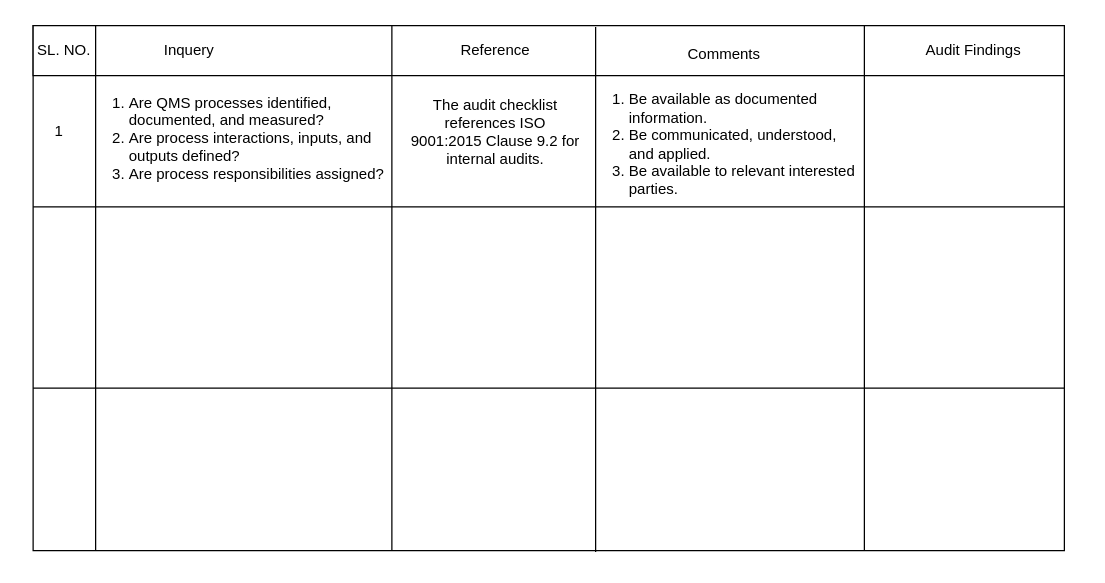
Earlier version of the draw.io diagram page "Page-28" (28 of 31) of Untitled Diagram.drawio (AvikM1996/draw.io). Source tidied: cells renumbered, new cells numbered last; positions are measured from the earlier drawing's top-left corner, leaving out a move shared by most shapes. Both pictures are drawn from the tidied source at 125%, with x=0, y=0 at pixel (21, 25).
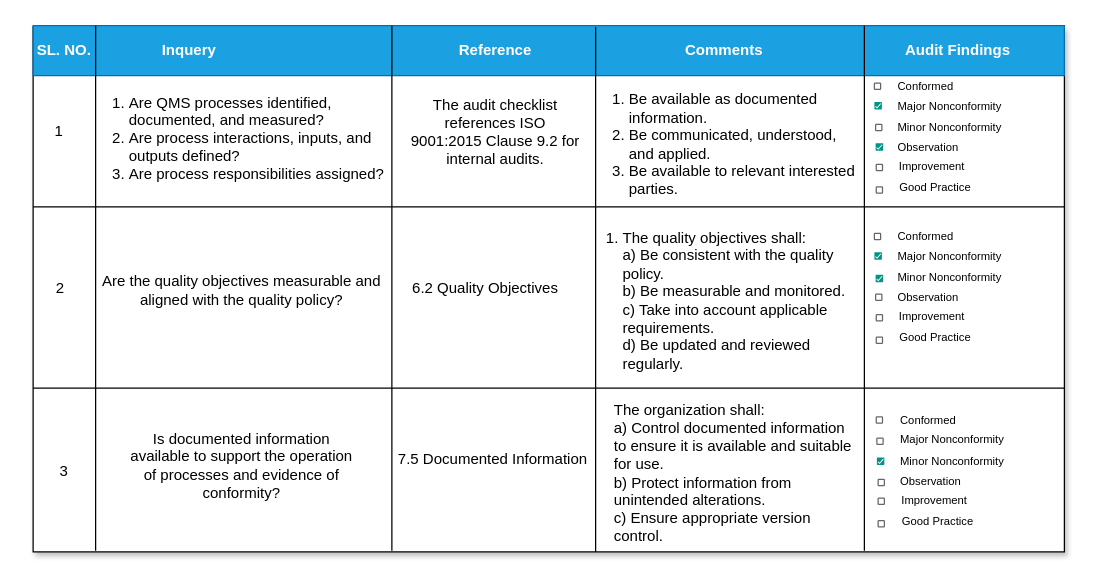
After the change.

What changed in the source:
```diff
@@
-    <mxCell id="2" style="rounded=0;whiteSpace=wrap;html=1;" parent="1" vertex="1">
-      <mxGeometry x="9" width="825" height="420" as="geometry" />
+    <mxCell id="2" style="rounded=0;whiteSpace=wrap;html=1;shadow=1;" parent="1" vertex="1">
+      <mxGeometry x="9" y="1" width="825" height="420" as="geometry" />
     </mxCell>
-    <mxCell id="3" style="rounded=0;whiteSpace=wrap;html=1;" parent="1" vertex="1">
+    <mxCell id="3" style="rounded=0;whiteSpace=wrap;html=1;fillColor=#1ba1e2;fontColor=#ffffff;strokeColor=#006EAF;" parent="1" vertex="1">
       <mxGeometry x="9" width="825" height="40" as="geometry" />
     </mxCell>
@@
-    <mxCell id="5" value="SL. NO." style="text;html=1;align=center;verticalAlign=middle;whiteSpace=wrap;rounded=0;" parent="1" vertex="1">
+    <mxCell id="5" value="&lt;font style=&quot;color: rgb(255, 255, 255);&quot;&gt;&lt;b&gt;SL. NO.&lt;/b&gt;&lt;/font&gt;" style="text;html=1;align=center;verticalAlign=middle;whiteSpace=wrap;rounded=0;" parent="1" vertex="1">
       <mxGeometry x="4" y="5" width="60" height="30" as="geometry" />
     </mxCell>
-    <mxCell id="6" style="line;strokeWidth=1;direction=south;html=1;" parent="1" vertex="1">
+    <mxCell id="6" style="line;strokeWidth=1;direction=south;html=1;fillColor=#CECEFF;" parent="1" vertex="1">
       <mxGeometry x="291" width="10" height="420" as="geometry" />
     </mxCell>
@@
-    <mxCell id="11" value="Inquery" style="text;html=1;align=center;verticalAlign=middle;whiteSpace=wrap;rounded=0;" parent="1" vertex="1">
+    <mxCell id="11" value="&lt;font style=&quot;color: rgb(255, 255, 255);&quot;&gt;&lt;b&gt;Inquery&lt;/b&gt;&lt;/font&gt;" style="text;html=1;align=center;verticalAlign=middle;whiteSpace=wrap;rounded=0;" parent="1" vertex="1">
       <mxGeometry x="64" y="5" width="140" height="30" as="geometry" />
     </mxCell>
-    <mxCell id="12" value="Reference" style="text;html=1;align=center;verticalAlign=middle;whiteSpace=wrap;rounded=0;" parent="1" vertex="1">
+    <mxCell id="12" value="&lt;b&gt;&lt;font style=&quot;color: rgb(255, 255, 255);&quot;&gt;Reference&lt;/font&gt;&lt;/b&gt;" style="text;html=1;align=center;verticalAlign=middle;whiteSpace=wrap;rounded=0;" parent="1" vertex="1">
       <mxGeometry x="349" y="5" width="60" height="30" as="geometry" />
     </mxCell>
-    <mxCell id="13" value="Comments" style="text;html=1;align=center;verticalAlign=middle;whiteSpace=wrap;rounded=0;" parent="1" vertex="1">
-      <mxGeometry x="532" y="8" width="60" height="30" as="geometry" />
+    <mxCell id="13" value="&lt;b&gt;&lt;font style=&quot;color: rgb(255, 255, 255);&quot;&gt;Comments&lt;/font&gt;&lt;/b&gt;" style="text;html=1;align=center;verticalAlign=middle;whiteSpace=wrap;rounded=0;" parent="1" vertex="1">
+      <mxGeometry x="532" y="5" width="60" height="30" as="geometry" />
     </mxCell>
-    <mxCell id="14" value="Audit Findings" style="text;html=1;align=center;verticalAlign=middle;whiteSpace=wrap;rounded=0;" parent="1" vertex="1">
-      <mxGeometry x="719" y="5" width="85" height="30" as="geometry" />
+    <mxCell id="14" value="&lt;b&gt;&lt;font style=&quot;color: rgb(255, 255, 255);&quot;&gt;Audit Findings&lt;/font&gt;&lt;/b&gt;" style="text;html=1;align=center;verticalAlign=middle;whiteSpace=wrap;rounded=0;" parent="1" vertex="1">
+      <mxGeometry x="694" y="5" width="110" height="30" as="geometry" />
     </mxCell>
@@
+    <mxCell id="19" style="dashed=0;labelPosition=right;align=left;shape=mxgraph.gmdl.checkbox;strokeColor=none;fillColor=#009587;strokeWidth=2;sketch=0;html=1;fontStyle=1;" parent="1" vertex="1">
+      <mxGeometry x="682" y="61" width="6" height="6" as="geometry" />
+    </mxCell>
+    <mxCell id="20" style="dashed=0;labelPosition=right;align=left;shape=mxgraph.gmdl.checkbox;strokeColor=#666666;fillColor=none;strokeWidth=1;sketch=0;html=1;" parent="1" vertex="1">
+      <mxGeometry x="683" y="79" width="5" height="5" as="geometry" />
+    </mxCell>
+    <mxCell id="21" style="dashed=0;labelPosition=right;align=left;shape=mxgraph.gmdl.checkbox;strokeColor=#666666;fillColor=none;strokeWidth=1;sketch=0;html=1;" parent="1" vertex="1">
+      <mxGeometry x="682" y="46" width="5" height="5" as="geometry" />
+    </mxCell>
+    <mxCell id="22" style="dashed=0;labelPosition=right;align=left;shape=mxgraph.gmdl.checkbox;strokeColor=none;fillColor=#009587;strokeWidth=2;sketch=0;html=1;fontStyle=1;" parent="1" vertex="1">
+      <mxGeometry x="683" y="94" width="6" height="6" as="geometry" />
+    </mxCell>
+    <mxCell id="23" style="dashed=0;labelPosition=right;align=left;shape=mxgraph.gmdl.checkbox;strokeColor=#666666;fillColor=none;strokeWidth=1;sketch=0;html=1;" parent="1" vertex="1">
+      <mxGeometry x="683.5" y="129" width="5" height="5" as="geometry" />
+    </mxCell>
+    <mxCell id="24" value="&lt;font style=&quot;font-size: 9px;&quot;&gt;Conformed&lt;/font&gt;" style="text;html=1;align=left;verticalAlign=middle;whiteSpace=wrap;rounded=0;" parent="1" vertex="1">
+      <mxGeometry x="699" y="43" width="151" height="10" as="geometry" />
+    </mxCell>
+    <mxCell id="25" value="&lt;font style=&quot;font-size: 9px;&quot;&gt;Minor Nonconformity&lt;/font&gt;" style="text;html=1;align=left;verticalAlign=middle;whiteSpace=wrap;rounded=0;" parent="1" vertex="1">
+      <mxGeometry x="699" y="75" width="120" height="11" as="geometry" />
+    </mxCell>
+    <mxCell id="26" value="&lt;font style=&quot;font-size: 9px;&quot;&gt;Observation&lt;/font&gt;" style="text;html=1;align=left;verticalAlign=middle;whiteSpace=wrap;rounded=0;" parent="1" vertex="1">
+      <mxGeometry x="699" y="87" width="80" height="20" as="geometry" />
+    </mxCell>
+    <mxCell id="27" value="&lt;font style=&quot;font-size: 9px;&quot;&gt;Improvement&lt;/font&gt;" style="text;html=1;align=left;verticalAlign=middle;whiteSpace=wrap;rounded=0;" parent="1" vertex="1">
+      <mxGeometry x="700" y="103" width="79.5" height="17" as="geometry" />
+    </mxCell>
+    <mxCell id="28" value="&lt;font style=&quot;font-size: 9px;&quot;&gt;Major Nonconformity&lt;/font&gt;" style="text;html=1;align=left;verticalAlign=middle;whiteSpace=wrap;rounded=0;" parent="1" vertex="1">
+      <mxGeometry x="699" y="54" width="97" height="20" as="geometry" />
+    </mxCell>
+    <mxCell id="29" value="&lt;font style=&quot;font-size: 9px;&quot;&gt;Good Practice&lt;/font&gt;" style="text;html=1;align=center;verticalAlign=middle;whiteSpace=wrap;rounded=0;" parent="1" vertex="1">
+      <mxGeometry x="698" y="118.5" width="66" height="20" as="geometry" />
+    </mxCell>
+    <mxCell id="30" style="dashed=0;labelPosition=right;align=left;shape=mxgraph.gmdl.checkbox;strokeColor=#666666;fillColor=none;strokeWidth=1;sketch=0;html=1;" parent="1" vertex="1">
+      <mxGeometry x="683.5" y="111" width="5" height="5" as="geometry" />
+    </mxCell>
+    <mxCell id="31" style="dashed=0;labelPosition=right;align=left;shape=mxgraph.gmdl.checkbox;strokeColor=none;fillColor=#009587;strokeWidth=2;sketch=0;html=1;fontStyle=1;" parent="1" vertex="1">
+      <mxGeometry x="682" y="181.2" width="6" height="6" as="geometry" />
+    </mxCell>
+    <mxCell id="32" style="dashed=0;labelPosition=right;align=left;shape=mxgraph.gmdl.checkbox;strokeColor=#666666;fillColor=none;strokeWidth=1;sketch=0;html=1;" parent="1" vertex="1">
+      <mxGeometry x="683" y="214.8" width="5" height="5" as="geometry" />
+    </mxCell>
+    <mxCell id="33" style="dashed=0;labelPosition=right;align=left;shape=mxgraph.gmdl.checkbox;strokeColor=#666666;fillColor=none;strokeWidth=1;sketch=0;html=1;" parent="1" vertex="1">
+      <mxGeometry x="682" y="166.2" width="5" height="5" as="geometry" />
+    </mxCell>
+    <mxCell id="34" style="dashed=0;labelPosition=right;align=left;shape=mxgraph.gmdl.checkbox;strokeColor=none;fillColor=#009587;strokeWidth=2;sketch=0;html=1;fontStyle=1;" parent="1" vertex="1">
+      <mxGeometry x="683" y="199.2" width="6" height="6" as="geometry" />
+    </mxCell>
+    <mxCell id="35" style="dashed=0;labelPosition=right;align=left;shape=mxgraph.gmdl.checkbox;strokeColor=#666666;fillColor=none;strokeWidth=1;sketch=0;html=1;" parent="1" vertex="1">
+      <mxGeometry x="683.5" y="249.2" width="5" height="5" as="geometry" />
+    </mxCell>
+    <mxCell id="36" value="&lt;font style=&quot;font-size: 9px;&quot;&gt;Conformed&lt;/font&gt;" style="text;html=1;align=left;verticalAlign=middle;whiteSpace=wrap;rounded=0;" parent="1" vertex="1">
+      <mxGeometry x="699" y="163.2" width="151" height="10" as="geometry" />
+    </mxCell>
+    <mxCell id="37" value="&lt;font style=&quot;font-size: 9px;&quot;&gt;Minor Nonconformity&lt;/font&gt;" style="text;html=1;align=left;verticalAlign=middle;whiteSpace=wrap;rounded=0;" parent="1" vertex="1">
+      <mxGeometry x="699" y="195.2" width="120" height="11" as="geometry" />
+    </mxCell>
+    <mxCell id="38" value="&lt;font style=&quot;font-size: 9px;&quot;&gt;Observation&lt;/font&gt;" style="text;html=1;align=left;verticalAlign=middle;whiteSpace=wrap;rounded=0;" parent="1" vertex="1">
+      <mxGeometry x="699" y="207.2" width="80" height="20" as="geometry" />
+    </mxCell>
+    <mxCell id="39" value="&lt;font style=&quot;font-size: 9px;&quot;&gt;Improvement&lt;/font&gt;" style="text;html=1;align=left;verticalAlign=middle;whiteSpace=wrap;rounded=0;" parent="1" vertex="1">
+      <mxGeometry x="700" y="223.2" width="79.5" height="17" as="geometry" />
+    </mxCell>
+    <mxCell id="40" value="&lt;font style=&quot;font-size: 9px;&quot;&gt;Major Nonconformity&lt;/font&gt;" style="text;html=1;align=left;verticalAlign=middle;whiteSpace=wrap;rounded=0;" parent="1" vertex="1">
+      <mxGeometry x="699" y="174.2" width="97" height="20" as="geometry" />
+    </mxCell>
+    <mxCell id="41" value="&lt;font style=&quot;font-size: 9px;&quot;&gt;Good Practice&lt;/font&gt;" style="text;html=1;align=center;verticalAlign=middle;whiteSpace=wrap;rounded=0;" parent="1" vertex="1">
+      <mxGeometry x="698" y="238.8" width="66" height="20" as="geometry" />
+    </mxCell>
+    <mxCell id="42" style="dashed=0;labelPosition=right;align=left;shape=mxgraph.gmdl.checkbox;strokeColor=#666666;fillColor=none;strokeWidth=1;sketch=0;html=1;" parent="1" vertex="1">
+      <mxGeometry x="683.5" y="231.2" width="5" height="5" as="geometry" />
+    </mxCell>
+    <mxCell id="43" style="dashed=0;labelPosition=right;align=left;shape=mxgraph.gmdl.checkbox;strokeColor=#666666;fillColor=none;strokeWidth=1;sketch=0;html=1;" parent="1" vertex="1">
+      <mxGeometry x="685" y="363" width="5" height="5" as="geometry" />
+    </mxCell>
+    <mxCell id="44" style="dashed=0;labelPosition=right;align=left;shape=mxgraph.gmdl.checkbox;strokeColor=#666666;fillColor=none;strokeWidth=1;sketch=0;html=1;" parent="1" vertex="1">
+      <mxGeometry x="683.5" y="313" width="5" height="5" as="geometry" />
+    </mxCell>
+    <mxCell id="45" style="dashed=0;labelPosition=right;align=left;shape=mxgraph.gmdl.checkbox;strokeColor=none;fillColor=#009587;strokeWidth=2;sketch=0;html=1;fontStyle=1;" parent="1" vertex="1">
+      <mxGeometry x="684" y="345.5" width="6" height="6" as="geometry" />
+    </mxCell>
+    <mxCell id="46" style="dashed=0;labelPosition=right;align=left;shape=mxgraph.gmdl.checkbox;strokeColor=#666666;fillColor=none;strokeWidth=1;sketch=0;html=1;" parent="1" vertex="1">
+      <mxGeometry x="685" y="396" width="5" height="5" as="geometry" />
+    </mxCell>
+    <mxCell id="47" value="&lt;font style=&quot;font-size: 9px;&quot;&gt;Conformed&lt;/font&gt;" style="text;html=1;align=left;verticalAlign=middle;whiteSpace=wrap;rounded=0;" parent="1" vertex="1">
+      <mxGeometry x="700.5" y="310" width="73.5" height="10" as="geometry" />
+    </mxCell>
+    <mxCell id="48" value="&lt;font style=&quot;font-size: 9px;&quot;&gt;Minor Nonconformity&lt;/font&gt;" style="text;html=1;align=left;verticalAlign=middle;whiteSpace=wrap;rounded=0;" parent="1" vertex="1">
+      <mxGeometry x="700.5" y="342" width="120" height="11" as="geometry" />
+    </mxCell>
+    <mxCell id="49" value="&lt;font style=&quot;font-size: 9px;&quot;&gt;Observation&lt;/font&gt;" style="text;html=1;align=left;verticalAlign=middle;whiteSpace=wrap;rounded=0;" parent="1" vertex="1">
+      <mxGeometry x="700.5" y="354" width="80" height="20" as="geometry" />
+    </mxCell>
+    <mxCell id="50" value="&lt;font style=&quot;font-size: 9px;&quot;&gt;Improvement&lt;/font&gt;" style="text;html=1;align=left;verticalAlign=middle;whiteSpace=wrap;rounded=0;" parent="1" vertex="1">
+      <mxGeometry x="701.5" y="370" width="79.5" height="17" as="geometry" />
+    </mxCell>
+    <mxCell id="51" value="&lt;font style=&quot;font-size: 9px;&quot;&gt;Major Nonconformity&lt;/font&gt;" style="text;html=1;align=left;verticalAlign=middle;whiteSpace=wrap;rounded=0;" parent="1" vertex="1">
+      <mxGeometry x="700.5" y="324" width="97" height="11" as="geometry" />
+    </mxCell>
+    <mxCell id="52" value="&lt;font style=&quot;font-size: 9px;&quot;&gt;Good Practice&lt;/font&gt;" style="text;html=1;align=center;verticalAlign=middle;whiteSpace=wrap;rounded=0;" parent="1" vertex="1">
+      <mxGeometry x="699.5" y="385.5" width="66" height="20" as="geometry" />
+    </mxCell>
+    <mxCell id="53" style="dashed=0;labelPosition=right;align=left;shape=mxgraph.gmdl.checkbox;strokeColor=#666666;fillColor=none;strokeWidth=1;sketch=0;html=1;" parent="1" vertex="1">
+      <mxGeometry x="685" y="378" width="5" height="5" as="geometry" />
+    </mxCell>
+    <mxCell id="54" style="dashed=0;labelPosition=right;align=left;shape=mxgraph.gmdl.checkbox;strokeColor=#666666;fillColor=none;strokeWidth=1;sketch=0;html=1;" parent="1" vertex="1">
+      <mxGeometry x="684" y="330" width="5" height="5" as="geometry" />
+    </mxCell>
+    <mxCell id="55" value="Are the quality objectives measurable and aligned with the quality policy?" style="text;html=1;align=center;verticalAlign=middle;whiteSpace=wrap;rounded=0;" parent="1" vertex="1">
+      <mxGeometry x="61" y="175" width="230" height="74.2" as="geometry" />
+    </mxCell>
+    <mxCell id="56" value="2" style="text;html=1;align=center;verticalAlign=middle;whiteSpace=wrap;rounded=0;" parent="1" vertex="1">
+      <mxGeometry x="1" y="195.2" width="60" height="30" as="geometry" />
+    </mxCell>
+    <mxCell id="57" value="6.2 Quality Objectives" style="text;html=1;align=center;verticalAlign=middle;whiteSpace=wrap;rounded=0;" parent="1" vertex="1">
+      <mxGeometry x="306" y="195" width="130" height="30" as="geometry" />
+    </mxCell>
+    <mxCell id="58" value="&lt;ol&gt;&lt;li&gt;The quality objectives shall: &lt;br&gt; a) Be consistent with the quality policy. &lt;br&gt; b) Be measurable and monitored. &lt;br&gt; c) Take into account applicable requirements. &lt;br&gt; d) Be updated and reviewed regularly.&lt;/li&gt;&lt;/ol&gt;" style="text;html=1;align=left;verticalAlign=middle;whiteSpace=wrap;rounded=0;" parent="1" vertex="1">
+      <mxGeometry x="439" y="150" width="230" height="140" as="geometry" />
+    </mxCell>
+    <mxCell id="59" value="&lt;table&gt;&lt;tbody&gt;&lt;tr&gt;&lt;td&gt;Is documented information available to support the operation of processes and evidence of conformity?&lt;/td&gt;&lt;/tr&gt;&lt;/tbody&gt;&lt;/table&gt;&lt;table&gt;&lt;tbody&gt;&lt;tr&gt;&lt;td&gt;&lt;/td&gt;&lt;/tr&gt;&lt;/tbody&gt;&lt;/table&gt;" style="text;html=1;align=center;verticalAlign=middle;whiteSpace=wrap;rounded=0;" parent="1" vertex="1">
+      <mxGeometry x="81" y="320" width="190" height="70" as="geometry" />
+    </mxCell>
+    <mxCell id="60" value="The organization shall: &lt;br&gt; a) Control documented information to ensure it is available and suitable for use. &lt;br&gt; b) Protect information from unintended alterations. &lt;br&gt; c) Ensure appropriate version control." style="text;html=1;align=left;verticalAlign=middle;whiteSpace=wrap;rounded=0;" parent="1" vertex="1">
+      <mxGeometry x="472" y="288" width="200" height="140" as="geometry" />
+    </mxCell>
+    <mxCell id="61" value="&lt;table&gt;&lt;tbody&gt;&lt;tr&gt;&lt;td&gt;7.5 Documented Information&lt;/td&gt;&lt;/tr&gt;&lt;/tbody&gt;&lt;/table&gt;&lt;table&gt;&lt;tbody&gt;&lt;tr&gt;&lt;td&gt;&lt;/td&gt;&lt;/tr&gt;&lt;/tbody&gt;&lt;/table&gt;" style="text;html=1;align=center;verticalAlign=middle;whiteSpace=wrap;rounded=0;" parent="1" vertex="1">
+      <mxGeometry x="297" y="335" width="160" height="30" as="geometry" />
+    </mxCell>
+    <mxCell id="62" value="3" style="text;html=1;align=center;verticalAlign=middle;whiteSpace=wrap;rounded=0;" parent="1" vertex="1">
+      <mxGeometry x="4" y="342" width="60" height="30" as="geometry" />
+    </mxCell>
```
